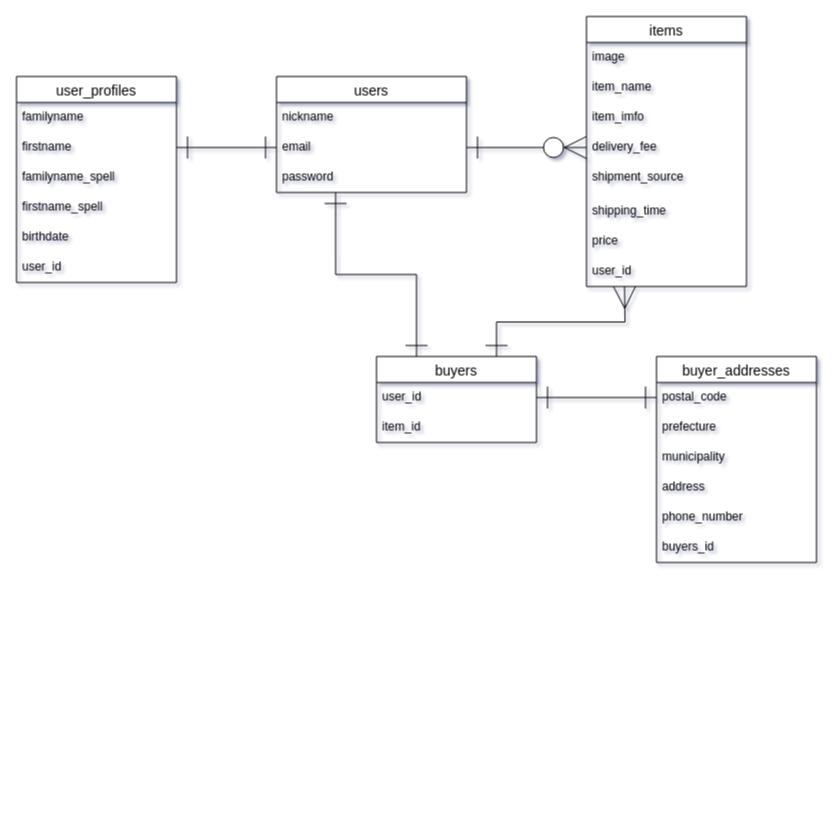
Earlier version of the draw.io diagram furima-33950.dio (tech-hack-rich/furima-33950). Source tidied: cells renumbered, new cells numbered last; positions are measured from the earlier drawing's top-left corner, leaving out a move shared by most shapes. Both pictures are drawn from the tidied source at 100%, with x=0, y=0 at pixel (16, 16).
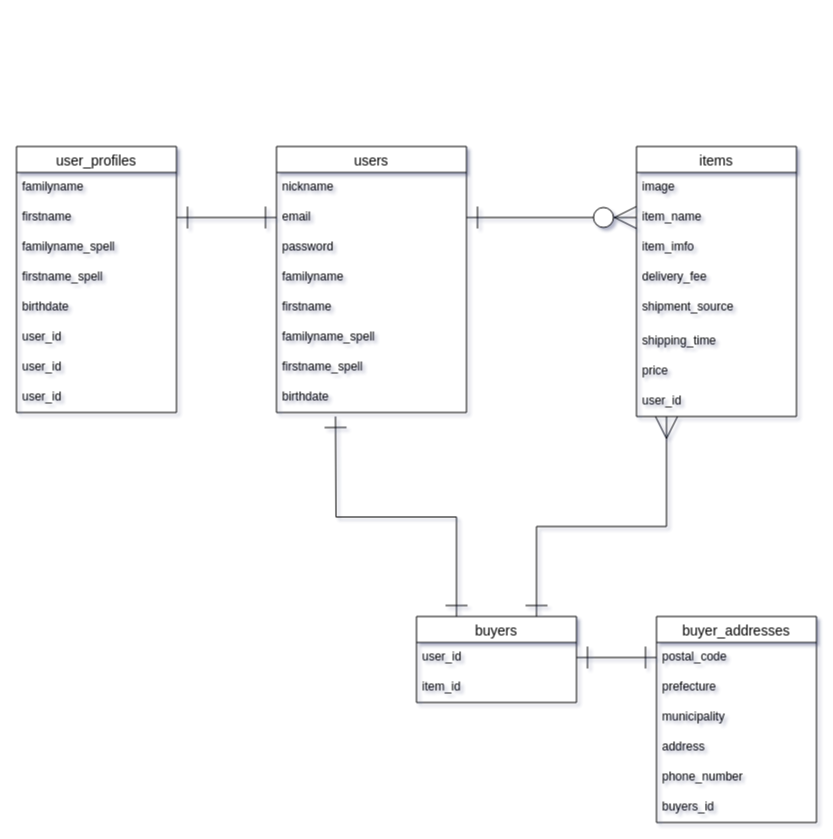
The same page after the edit.

Commit message (it also covers changes not shown here):
ユーザー情報を保存するテーブルの統一　＆　emailカラムに対して一意性制約の追加

The change refers to these unchanged cells:
```xml
<mxCell id="11" value="email" style="text;strokeColor=none;fillColor=none;spacingLeft=4;spacingRight=4;overflow=hidden;points=[[0,0.5],[1,0.5]];portConstraint=eastwest;fontSize=12;" parent="9" vertex="1">
  <mxGeometry y="56" width="190" height="30" as="geometry" />
</mxCell>
<mxCell id="15" value="item_name" style="text;strokeColor=none;fillColor=none;spacingLeft=4;spacingRight=4;overflow=hidden;points=[[0,0.5],[1,0.5]];portConstraint=eastwest;fontSize=12;" parent="13" vertex="1">
  <mxGeometry y="56" width="160" height="30" as="geometry" />
</mxCell>
<mxCell id="17" value="delivery_fee" style="text;strokeColor=none;fillColor=none;spacingLeft=4;spacingRight=4;overflow=hidden;points=[[0,0.5],[1,0.5]];portConstraint=eastwest;fontSize=12;" parent="13" vertex="1">
  <mxGeometry y="116" width="160" height="30" as="geometry" />
</mxCell>
<mxCell id="21" value="user_id" style="text;strokeColor=none;fillColor=none;spacingLeft=4;spacingRight=4;overflow=hidden;points=[[0,0.5],[1,0.5]];portConstraint=eastwest;fontSize=12;" parent="13" vertex="1">
  <mxGeometry y="240" width="160" height="30" as="geometry" />
</mxCell>
```

Diff of the diagram source:
```diff
@@
     <mxCell id="2" value="user_profiles" style="swimlane;fontStyle=0;horizontal=1;startSize=26;align=center;fontSize=14;" parent="1" vertex="1">
-      <mxGeometry y="60" width="160" height="206" as="geometry" />
+      <mxGeometry y="130" width="160" height="266" as="geometry" />
     </mxCell>
@@
+    <mxCell id="37" value="user_id" style="text;strokeColor=none;fillColor=none;spacingLeft=4;spacingRight=4;overflow=hidden;fontSize=12;" parent="2" vertex="1">
+      <mxGeometry y="206" width="160" height="30" as="geometry" />
+    </mxCell>
+    <mxCell id="38" value="user_id" style="text;strokeColor=none;fillColor=none;spacingLeft=4;spacingRight=4;overflow=hidden;fontSize=12;" parent="2" vertex="1">
+      <mxGeometry y="236" width="160" height="30" as="geometry" />
+    </mxCell>
     <mxCell id="9" value="users" style="swimlane;fontStyle=0;horizontal=1;startSize=26;align=center;fontSize=14;" parent="1" vertex="1">
-      <mxGeometry x="260" y="60" width="190" height="116" as="geometry" />
+      <mxGeometry x="260" y="130" width="190" height="266" as="geometry" />
     </mxCell>
@@
+    <mxCell id="39" value="password" style="text;strokeColor=none;fillColor=none;spacingLeft=4;spacingRight=4;overflow=hidden;fontSize=12;" parent="9" vertex="1">
+      <mxGeometry y="86" width="190" height="30" as="geometry" />
+    </mxCell>
-    <mxCell id="12" value="password" style="text;strokeColor=none;fillColor=none;spacingLeft=4;spacingRight=4;overflow=hidden;points=[[0,0.5],[1,0.5]];portConstraint=eastwest;fontSize=12;" parent="9" vertex="1">
-      <mxGeometry y="86" width="190" height="30" as="geometry" />
+    <mxCell id="12" value="familyname" style="text;strokeColor=none;fillColor=none;spacingLeft=4;spacingRight=4;overflow=hidden;points=[[0,0.5],[1,0.5]];portConstraint=eastwest;fontSize=12;" parent="9" vertex="1">
+      <mxGeometry y="116" width="190" height="30" as="geometry" />
     </mxCell>
+    <mxCell id="40" value="firstname" style="text;strokeColor=none;fillColor=none;spacingLeft=4;spacingRight=4;overflow=hidden;fontSize=12;" parent="9" vertex="1">
+      <mxGeometry y="146" width="190" height="30" as="geometry" />
+    </mxCell>
+    <mxCell id="41" value="familyname_spell" style="text;strokeColor=none;fillColor=none;spacingLeft=4;spacingRight=4;overflow=hidden;fontSize=12;" parent="9" vertex="1">
+      <mxGeometry y="176" width="190" height="30" as="geometry" />
+    </mxCell>
+    <mxCell id="42" value="firstname_spell" style="text;strokeColor=none;fillColor=none;spacingLeft=4;spacingRight=4;overflow=hidden;fontSize=12;" parent="9" vertex="1">
+      <mxGeometry y="206" width="190" height="30" as="geometry" />
+    </mxCell>
+    <mxCell id="43" value="birthdate" style="text;strokeColor=none;fillColor=none;spacingLeft=4;spacingRight=4;overflow=hidden;fontSize=12;" parent="9" vertex="1">
+      <mxGeometry y="236" width="190" height="30" as="geometry" />
+    </mxCell>
     <mxCell id="13" value="items" style="swimlane;fontStyle=0;horizontal=1;startSize=26;align=center;fontSize=14;" parent="1" vertex="1">
-      <mxGeometry x="570" width="160" height="270" as="geometry" />
+      <mxGeometry x="620" y="130" width="160" height="270" as="geometry" />
     </mxCell>
@@
-    <mxCell id="22" style="edgeStyle=orthogonalEdgeStyle;rounded=0;jumpSize=6;jettySize=auto;html=1;exitX=0.25;exitY=0;exitDx=0;exitDy=0;startArrow=ERone;startFill=0;startSize=20;endArrow=ERone;endFill=0;endSize=20;entryX=0.311;entryY=1;entryDx=0;entryDy=0;entryPerimeter=0;" parent="1" edge="1" source="24" target="12">
-      <mxGeometry relative="1" as="geometry" />
+    <mxCell id="22" style="edgeStyle=orthogonalEdgeStyle;rounded=0;jumpSize=6;jettySize=auto;html=1;exitX=0.25;exitY=0;exitDx=0;exitDy=0;startArrow=ERone;startFill=0;startSize=20;endArrow=ERone;endFill=0;endSize=20;" parent="1" edge="1" source="24">
+      <mxGeometry relative="1" as="geometry">
+        <mxPoint x="319" y="400" as="targetPoint" />
+      </mxGeometry>
     </mxCell>
-    <mxCell id="23" style="edgeStyle=orthogonalEdgeStyle;rounded=0;jumpSize=6;jettySize=auto;html=1;exitX=0.75;exitY=0;exitDx=0;exitDy=0;startArrow=ERone;startFill=0;startSize=20;endArrow=ERmany;endFill=0;endSize=20;" parent="1" edge="1" source="24">
+    <mxCell id="23" style="edgeStyle=orthogonalEdgeStyle;rounded=0;jumpSize=6;jettySize=auto;html=1;exitX=0.75;exitY=0;exitDx=0;exitDy=0;startArrow=ERone;startFill=0;startSize=20;endArrow=ERmany;endFill=0;endSize=20;" parent="1" edge="1" source="24" target="21">
       <mxGeometry relative="1" as="geometry">
-        <mxPoint x="608" y="270" as="targetPoint" />
+        <Array as="points">
+          <mxPoint x="520" y="510" />
+          <mxPoint x="650" y="510" />
+        </Array>
       </mxGeometry>
     </mxCell>
     <mxCell id="24" value="buyers" style="swimlane;fontStyle=0;horizontal=1;startSize=26;align=center;fontSize=14;" parent="1" vertex="1">
-      <mxGeometry x="360" y="340" width="160" height="86" as="geometry" />
+      <mxGeometry x="400" y="600" width="160" height="86" as="geometry" />
     </mxCell>
@@
     <mxCell id="27" value="buyer_addresses" style="swimlane;fontStyle=0;horizontal=1;startSize=26;align=center;fontSize=14;" parent="1" vertex="1">
-      <mxGeometry x="640" y="340" width="160" height="206" as="geometry" />
+      <mxGeometry x="640" y="600" width="160" height="206" as="geometry" />
     </mxCell>
@@
-    <mxCell id="35" style="edgeStyle=orthogonalEdgeStyle;rounded=0;jumpSize=6;jettySize=auto;html=1;exitX=1;exitY=0.5;exitDx=0;exitDy=0;entryX=0;entryY=0.5;entryDx=0;entryDy=0;startArrow=ERone;startFill=0;startSize=20;endArrow=ERzeroToMany;endFill=1;endSize=20;" parent="1" edge="1" source="11" target="17">
+    <mxCell id="35" style="edgeStyle=orthogonalEdgeStyle;rounded=0;jumpSize=6;jettySize=auto;html=1;exitX=1;exitY=0.5;exitDx=0;exitDy=0;entryX=0;entryY=0.5;entryDx=0;entryDy=0;startArrow=ERone;startFill=0;startSize=20;endArrow=ERzeroToMany;endFill=1;endSize=20;" parent="1" edge="1" source="11" target="15">
       <mxGeometry relative="1" as="geometry" />
     </mxCell>
```
